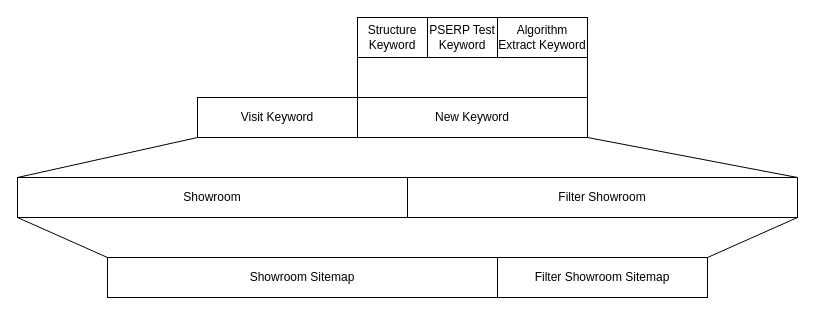
Above: showroom_plan_0613.drawio in VisableHarry/seo-drawio (draw.io), before the change. Source tidied: cells renumbered, new cells numbered last; positions are measured from the earlier drawing's top-left corner, leaving out a move shared by most shapes. Both pictures are drawn from the tidied source at 100%, with x=0, y=0 at pixel (17, 17).
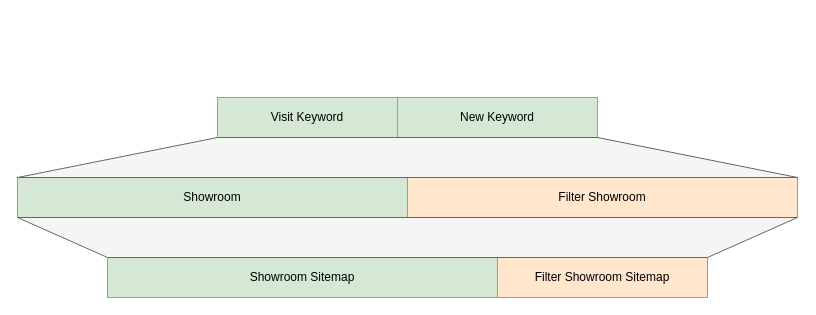
The same diagram, later.

Diff of the diagram source:
```diff
@@
 <mxGraphModel>
   <root>
     <mxCell id="0" />
     <mxCell id="1" parent="0" />
-    <mxCell id="2" value="Visit Keyword" style="rounded=0;whiteSpace=wrap;html=1;" parent="1" vertex="1">
-      <mxGeometry x="180" y="80" width="160" height="40" as="geometry" />
+    <mxCell id="2" value="Visit Keyword" style="rounded=0;whiteSpace=wrap;html=1;fillColor=#d5e8d4;strokeColor=#82b366;" parent="1" vertex="1">
+      <mxGeometry x="200" y="80" width="180" height="40" as="geometry" />
     </mxCell>
-    <mxCell id="3" value="New Keyword" style="rounded=0;whiteSpace=wrap;html=1;" parent="1" vertex="1">
-      <mxGeometry x="340" y="80" width="230" height="40" as="geometry" />
+    <mxCell id="3" value="New Keyword" style="rounded=0;whiteSpace=wrap;html=1;fillColor=#d5e8d4;strokeColor=#82b366;" parent="1" vertex="1">
+      <mxGeometry x="380" y="80" width="200" height="40" as="geometry" />
     </mxCell>
-    <mxCell id="4" value="Structure Keyword" style="rounded=0;whiteSpace=wrap;html=1;" parent="1" vertex="1">
-      <mxGeometry x="340" width="70" height="40" as="geometry" />
-    </mxCell>
-    <mxCell id="5" value="PSERP Test Keyword" style="rounded=0;whiteSpace=wrap;html=1;" parent="1" vertex="1">
-      <mxGeometry x="410" width="70" height="40" as="geometry" />
-    </mxCell>
-    <mxCell id="6" value="Algorithm Extract Keyword" style="rounded=0;whiteSpace=wrap;html=1;" parent="1" vertex="1">
-      <mxGeometry x="480" width="90" height="40" as="geometry" />
-    </mxCell>
-    <mxCell id="7" value="Showroom" style="rounded=0;whiteSpace=wrap;html=1;" parent="1" vertex="1">
+    <mxCell id="7" value="Showroom" style="rounded=0;whiteSpace=wrap;html=1;fillColor=#d5e8d4;strokeColor=#82b366;" parent="1" vertex="1">
       <mxGeometry y="160" width="390" height="40" as="geometry" />
     </mxCell>
-    <mxCell id="8" value="Filter Showroom" style="rounded=0;whiteSpace=wrap;html=1;" parent="1" vertex="1">
+    <mxCell id="8" value="Filter Showroom" style="rounded=0;whiteSpace=wrap;html=1;fillColor=#ffe6cc;strokeColor=#d79b00;" parent="1" vertex="1">
       <mxGeometry x="390" y="160" width="390" height="40" as="geometry" />
     </mxCell>
-    <mxCell id="9" value="Showroom Sitemap" style="rounded=0;whiteSpace=wrap;html=1;" parent="1" vertex="1">
+    <mxCell id="9" value="Showroom Sitemap" style="rounded=0;whiteSpace=wrap;html=1;fillColor=#d5e8d4;strokeColor=#82b366;" parent="1" vertex="1">
       <mxGeometry x="90" y="240" width="390" height="40" as="geometry" />
     </mxCell>
-    <mxCell id="10" value="Filter Showroom Sitemap" style="rounded=0;whiteSpace=wrap;html=1;" parent="1" vertex="1">
+    <mxCell id="10" value="Filter Showroom Sitemap" style="rounded=0;whiteSpace=wrap;html=1;fillColor=#ffe6cc;strokeColor=#d79b00;" parent="1" vertex="1">
       <mxGeometry x="480" y="240" width="210" height="40" as="geometry" />
     </mxCell>
-    <mxCell id="11" style="endArrow=none;html=1;rounded=0;entryX=0;entryY=1;entryDx=0;entryDy=0;exitX=1;exitY=0;exitDx=0;exitDy=0;" parent="1" edge="1" source="2" target="4">
-      <mxGeometry relative="1" as="geometry" />
-    </mxCell>
-    <mxCell id="12" style="endArrow=none;html=1;rounded=0;entryX=1;entryY=1;entryDx=0;entryDy=0;exitX=1;exitY=0;exitDx=0;exitDy=0;" parent="1" edge="1" source="3" target="6">
-      <mxGeometry relative="1" as="geometry" />
-    </mxCell>
-    <mxCell id="13" style="endArrow=none;html=1;rounded=0;entryX=0;entryY=1;entryDx=0;entryDy=0;" parent="1" edge="1" target="2">
-      <mxGeometry relative="1" as="geometry">
-        <mxPoint y="160" as="sourcePoint" />
-      </mxGeometry>
-    </mxCell>
-    <mxCell id="14" style="endArrow=none;html=1;rounded=0;entryX=1;entryY=1;entryDx=0;entryDy=0;exitX=1;exitY=0;exitDx=0;exitDy=0;" parent="1" edge="1" source="8" target="3">
-      <mxGeometry relative="1" as="geometry" />
-    </mxCell>
-    <mxCell id="15" style="endArrow=none;html=1;rounded=0;entryX=0;entryY=1;entryDx=0;entryDy=0;exitX=0;exitY=0;exitDx=0;exitDy=0;" parent="1" edge="1" source="9" target="7">
-      <mxGeometry relative="1" as="geometry" />
-    </mxCell>
-    <mxCell id="16" style="endArrow=none;html=1;rounded=0;entryX=1;entryY=1;entryDx=0;entryDy=0;exitX=1;exitY=0;exitDx=0;exitDy=0;" parent="1" edge="1" source="10" target="8">
-      <mxGeometry relative="1" as="geometry" />
-    </mxCell>
+    <mxCell id="17" style="shape=trapezoid;perimeter=trapezoidPerimeter;whiteSpace=wrap;html=1;fixedSize=1;size=200;fillColor=#f5f5f5;strokeColor=#666666;fontColor=#333333;" parent="1" vertex="1">
+      <mxGeometry y="120" width="780" height="40" as="geometry" />
+    </mxCell>
+    <mxCell id="18" style="shape=trapezoid;perimeter=trapezoidPerimeter;whiteSpace=wrap;html=1;fixedSize=1;size=90;direction=west;fillColor=#f5f5f5;fontColor=#333333;strokeColor=#666666;" parent="1" vertex="1">
+      <mxGeometry y="200" width="780" height="40" as="geometry" />
+    </mxCell>
   </root>
 </mxGraphModel>
```
